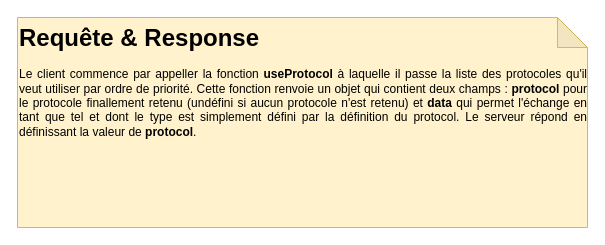
Oscardoras/Ouverium keeps this draw.io diagram as page "Request / Response" (4 of 5) of Formal Language.drawio. Above is the earlier version. Source tidied: cells renumbered, new cells numbered last; positions are measured from the earlier drawing's top-left corner, leaving out a move shared by most shapes. Both pictures are drawn from the tidied source at 100%, with x=0, y=0 at pixel (17, 17).
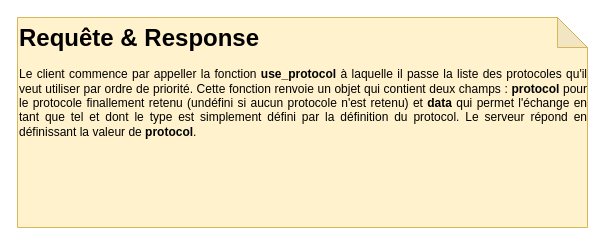
The same page after the edit.

What changed in the source:
```diff
@@
 <mxGraphModel>
   <root>
     <mxCell id="0" />
     <mxCell id="1" parent="0" />
-    <mxCell id="2" value="&lt;div style=&quot;text-align: justify&quot;&gt;&lt;b style=&quot;font-size: 24px&quot;&gt;Requête &amp;amp; Response&lt;/b&gt;&lt;/div&gt;&lt;div style=&quot;text-align: justify&quot;&gt;&lt;br&gt;&lt;/div&gt;&lt;div style=&quot;text-align: justify&quot;&gt;Le client commence par appeller la fonction &lt;b&gt;useProtocol&lt;/b&gt; à laquelle il passe la liste des protocoles qu'il veut utiliser par ordre de priorité. Cette fonction renvoie un objet qui contient deux champs : &lt;b&gt;protocol&lt;/b&gt; pour le protocole finallement retenu (undéfini si aucun protocole n'est retenu) et &lt;b&gt;data&lt;/b&gt;&amp;nbsp;qui permet l'échange en tant que tel et dont le type est simplement défini par la définition du protocol. Le serveur répond en définissant la valeur de &lt;b&gt;protocol&lt;/b&gt;.&lt;/div&gt;" style="shape=note;whiteSpace=wrap;html=1;backgroundOutline=1;darkOpacity=0.05;fillColor=#fff2cc;strokeColor=#d6b656;align=left;verticalAlign=top;fontColor=#000000;" parent="1" vertex="1">
+    <mxCell id="2" value="&lt;div style=&quot;text-align: justify&quot;&gt;&lt;b style=&quot;font-size: 24px&quot;&gt;Requête &amp;amp; Response&lt;/b&gt;&lt;/div&gt;&lt;div style=&quot;text-align: justify&quot;&gt;&lt;br&gt;&lt;/div&gt;&lt;div style=&quot;text-align: justify&quot;&gt;Le client commence par appeller la fonction &lt;b&gt;use_protocol&lt;/b&gt; à laquelle il passe la liste des protocoles qu'il veut utiliser par ordre de priorité. Cette fonction renvoie un objet qui contient deux champs : &lt;b&gt;protocol&lt;/b&gt; pour le protocole finallement retenu (undéfini si aucun protocole n'est retenu) et &lt;b&gt;data&lt;/b&gt;&amp;nbsp;qui permet l'échange en tant que tel et dont le type est simplement défini par la définition du protocol. Le serveur répond en définissant la valeur de &lt;b&gt;protocol&lt;/b&gt;.&lt;/div&gt;" style="shape=note;whiteSpace=wrap;html=1;backgroundOutline=1;darkOpacity=0.05;fillColor=#fff2cc;strokeColor=#d6b656;align=left;verticalAlign=top;fontColor=#000000;" parent="1" vertex="1">
       <mxGeometry width="570" height="210" as="geometry" />
     </mxCell>
   </root>
 </mxGraphModel>
```
